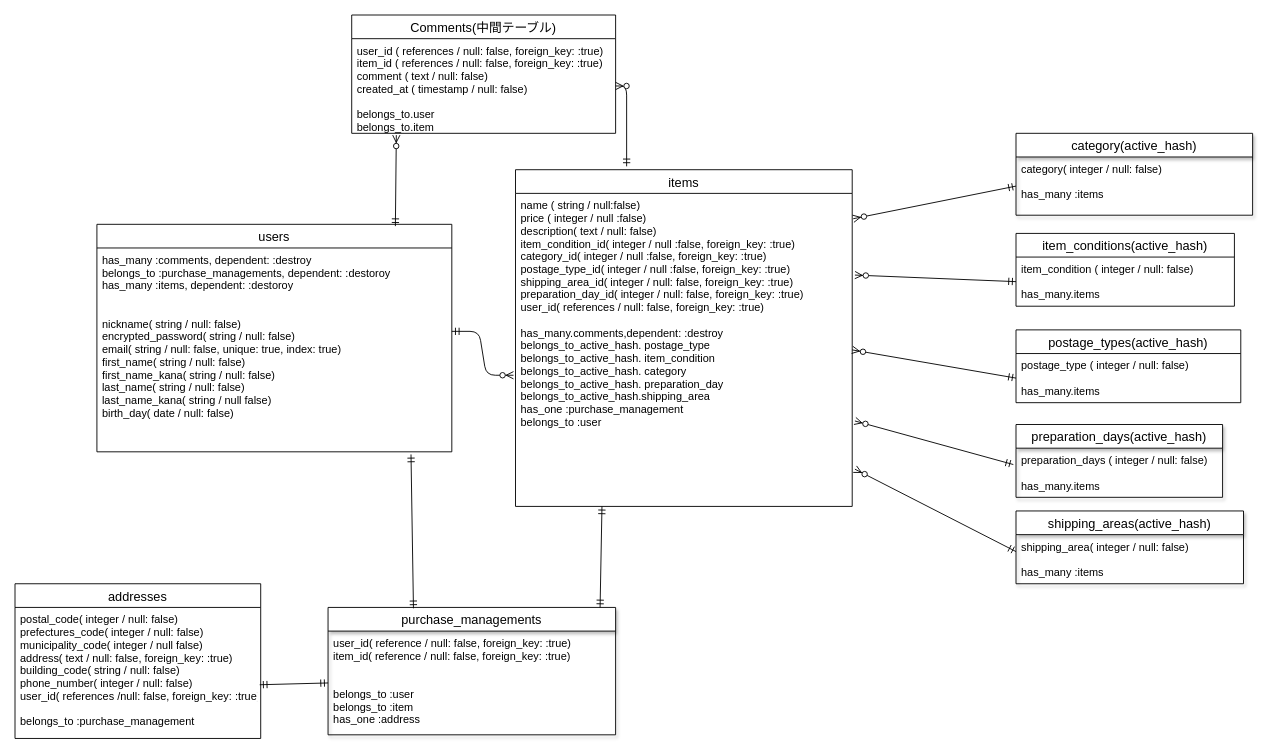
Earlier version of the draw.io diagram furima.dio (Yuuki8568/furima-32047). Source tidied: cells renumbered, new cells numbered last; positions are measured from the earlier drawing's top-left corner, leaving out a move shared by most shapes. Both pictures are drawn from the tidied source at 91%, with x=0, y=0 at pixel (15, 15).
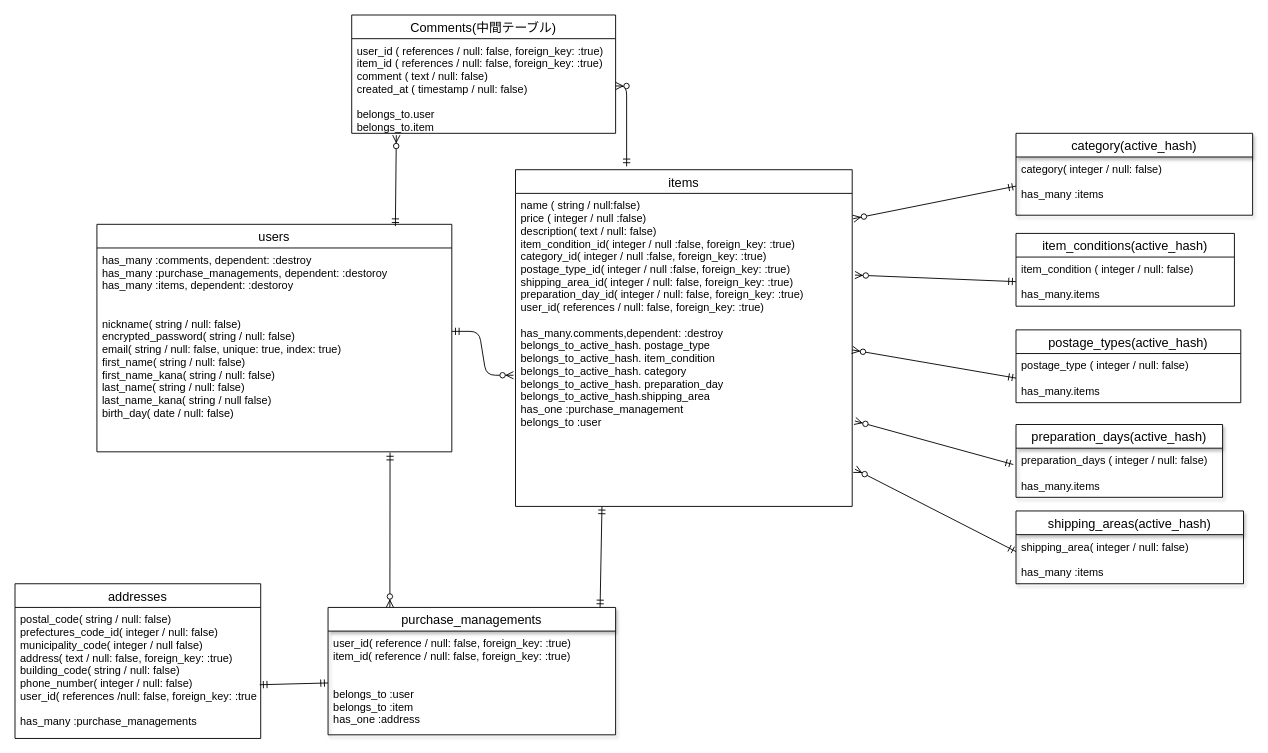
After the change.

Commit message (it also covers changes not shown here):
データベース設計修正４

The change refers to these unchanged cells:
```xml
<mxCell id="6" value="users" style="swimlane;fontStyle=0;horizontal=1;startSize=26;align=center;fontSize=14;" parent="1" vertex="1">
  <mxGeometry x="90" y="230" width="390" height="250" as="geometry" />
</mxCell>
<mxCell id="18" value="purchase_managements" style="swimlane;fontStyle=0;horizontal=1;startSize=26;align=center;fontSize=14;shadow=1;" parent="1" vertex="1">
  <mxGeometry x="344" y="651" width="316" height="140" as="geometry" />
</mxCell>
<mxCell id="25" value="addresses" style="swimlane;fontStyle=0;horizontal=1;startSize=26;align=center;fontSize=14;" parent="1" vertex="1">
  <mxGeometry y="625" width="270" height="170" as="geometry" />
</mxCell>
```

Diff of the diagram source:
```diff
@@
-    <mxCell id="7" value="has_many :comments, dependent: :destroy&#10;belongs_to :purchase_managements, dependent: :destoroy&#10;has_many :items, dependent: :destoroy&#10;&#10;&#10;nickname( string / null: false)&#10;encrypted_password( string / null: false)&#10;email( string / null: false, unique: true, index: true)&#10;first_name( string / null: false)&#10;first_name_kana( string / null: false)&#10;last_name( string / null: false)&#10;last_name_kana( string / null false)&#10;birth_day( date / null: false)" style="text;strokeColor=none;fillColor=none;spacingLeft=4;spacingRight=4;overflow=hidden;points=[[0,0.5],[1,0.5]];portConstraint=eastwest;fontSize=12;" parent="6" vertex="1">
+    <mxCell id="7" value="has_many :comments, dependent: :destroy&#10;has_many :purchase_managements, dependent: :destoroy&#10;has_many :items, dependent: :destoroy&#10;&#10;&#10;nickname( string / null: false)&#10;encrypted_password( string / null: false)&#10;email( string / null: false, unique: true, index: true)&#10;first_name( string / null: false)&#10;first_name_kana( string / null: false)&#10;last_name( string / null: false)&#10;last_name_kana( string / null false)&#10;birth_day( date / null: false)" style="text;strokeColor=none;fillColor=none;spacingLeft=4;spacingRight=4;overflow=hidden;points=[[0,0.5],[1,0.5]];portConstraint=eastwest;fontSize=12;" parent="6" vertex="1">
       <mxGeometry y="26" width="390" height="224" as="geometry" />
     </mxCell>
@@
-    <mxCell id="26" value="postal_code( integer / null: false)&#10;prefectures_code( integer / null: false)&#10;municipality_code( integer / null false)&#10;address( text / null: false, foreign_key: :true)&#10;building_code( string / null: false)&#10;phone_number( integer / null: false)&#10;user_id( references /null: false, foreign_key: :true)&#10;&#10;belongs_to :purchase_management" style="text;strokeColor=none;fillColor=none;spacingLeft=4;spacingRight=4;overflow=hidden;points=[[0,0.5],[1,0.5]];portConstraint=eastwest;fontSize=12;" parent="25" vertex="1">
+    <mxCell id="26" value="postal_code( string / null: false)&#10;prefectures_code_id( integer / null: false)&#10;municipality_code( integer / null false)&#10;address( text / null: false, foreign_key: :true)&#10;building_code( string / null: false)&#10;phone_number( integer / null: false)&#10;user_id( references /null: false, foreign_key: :true)&#10;&#10;has_many :purchase_managements" style="text;strokeColor=none;fillColor=none;spacingLeft=4;spacingRight=4;overflow=hidden;points=[[0,0.5],[1,0.5]];portConstraint=eastwest;fontSize=12;" parent="25" vertex="1">
       <mxGeometry y="26" width="270" height="144" as="geometry" />
     </mxCell>
@@
-    <mxCell id="32" style="fontSize=12;html=1;endArrow=ERmandOne;startArrow=ERmandOne;exitX=0.297;exitY=0.007;exitDx=0;exitDy=0;exitPerimeter=0;entryX=0.885;entryY=1.013;entryDx=0;entryDy=0;entryPerimeter=0;" parent="1" edge="1" source="18" target="7">
+    <mxCell id="32" style="fontSize=12;html=1;endArrow=ERzeroToMany;startArrow=ERmandOne;entryX=0.215;entryY=0;entryDx=0;entryDy=0;entryPerimeter=0;exitX=0.826;exitY=1.004;exitDx=0;exitDy=0;exitPerimeter=0;" parent="1" edge="1" source="7" target="18">
       <mxGeometry relative="1" as="geometry" />
     </mxCell>
```
